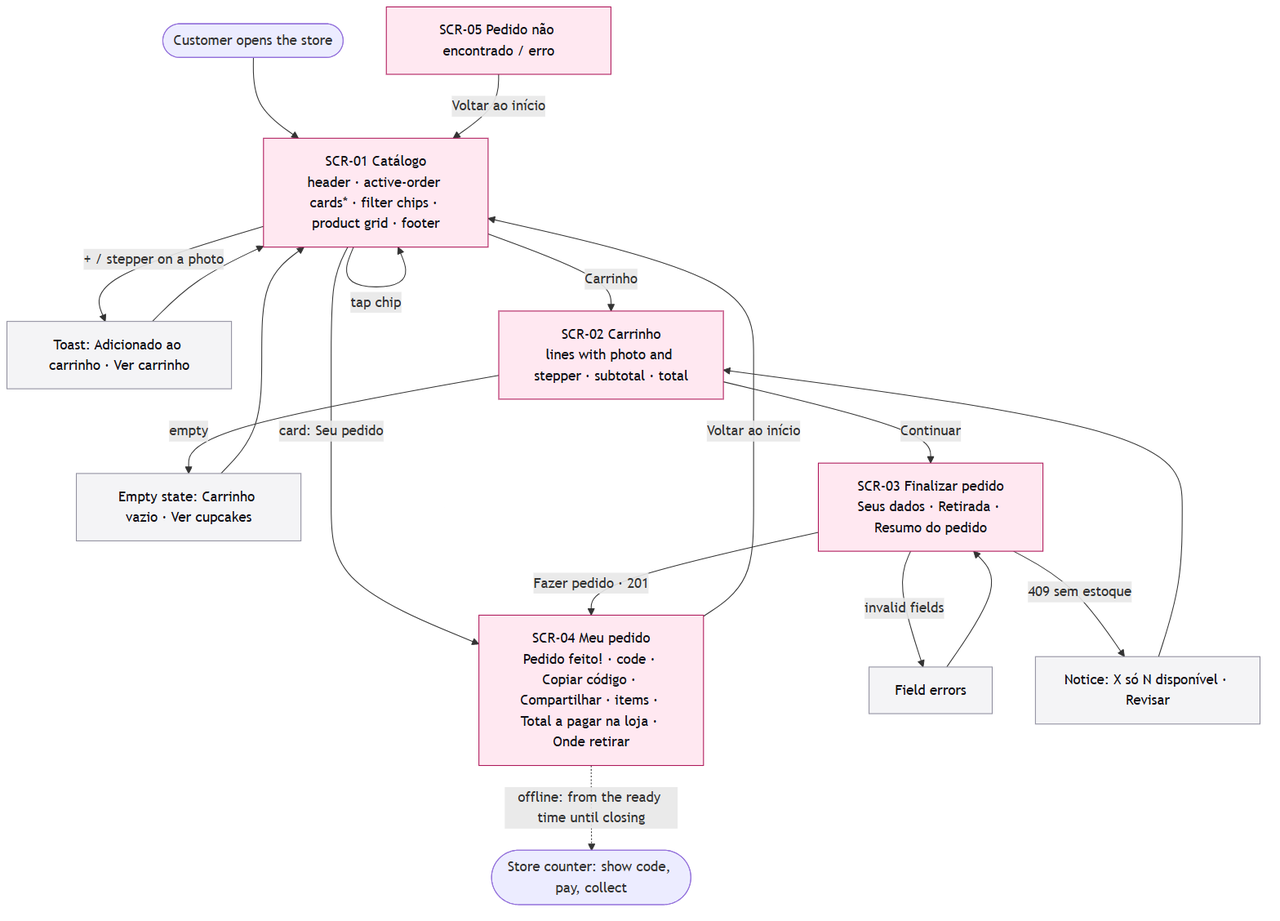
Earlier version of the Mermaid export docs/diagrams/user-flows/user-flow.png (tiagopacedev/cupcake-app). Its source is kept beside it as docs/diagrams/user-flows/user-flow.mmd.
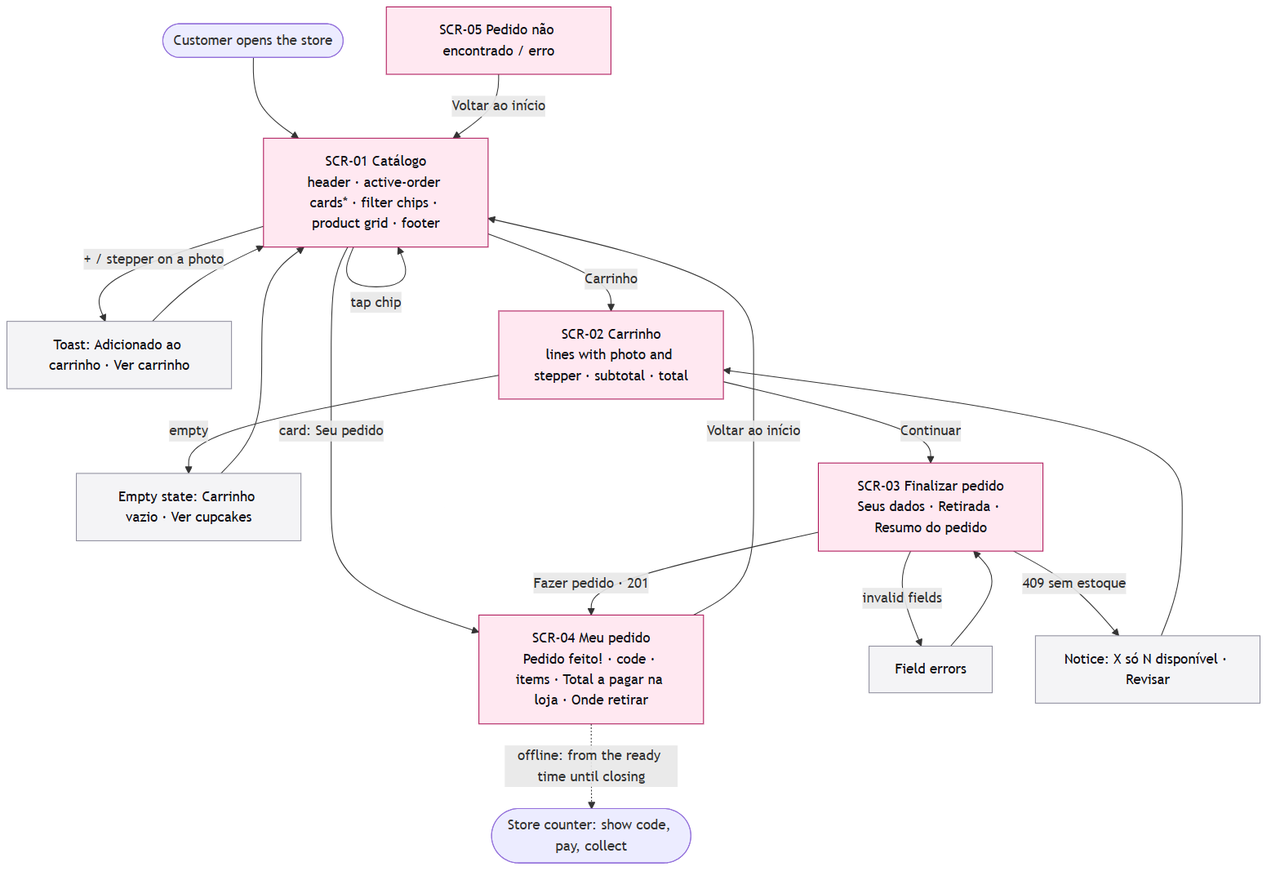
After the commit.

Commit message:
docs(diagrams): drop copy and share from the order flow diagrams (D-29)

Diff of the diagram source:
```diff
@@ -16,7 +16,7 @@
   CHK -->|"409 sem estoque"| STOCK["Notice: X só N disponível · Revisar"]
   STOCK --> CART
   CHK -->|"Fazer pedido · 201"| ORDER
-  ORDER["SCR-04 Meu pedido<br/>Pedido feito! · code · Copiar código · Compartilhar · items · Total a pagar na loja · Onde retirar"]
+  ORDER["SCR-04 Meu pedido<br/>Pedido feito! · code · items · Total a pagar na loja · Onde retirar"]
   ORDER -->|Voltar ao início| CAT
   ORDER -.->|"offline: from the ready time until closing"| STORE(["Store counter: show code, pay, collect"])
   NF["SCR-05 Pedido não encontrado / erro"] -->|Voltar ao início| CAT
```
